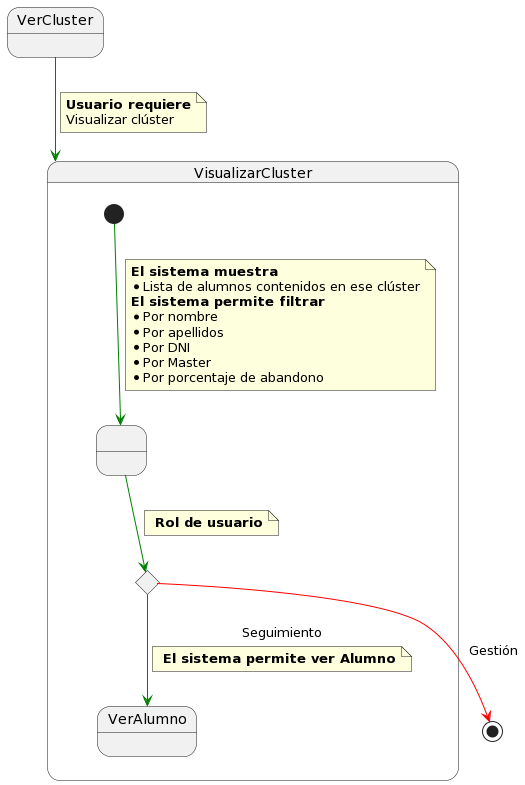
This is 000-entregas/Grupo1/DetalleCasosDeUso/images/VerCluster.png from mmasias/IdSw1-22-23, a PlantUML export, as it was before one commit.
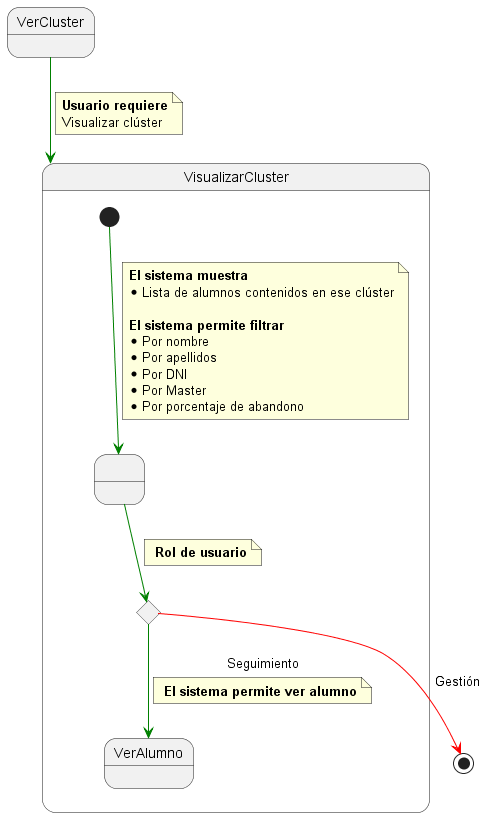
The same diagram one commit later.

What changed in the source:
```diff
@@ -1,4 +1,5 @@
-@startuml
+@startuml VerCluster
+
 State VerCluster
 
 State VisualizarCluster{
@@ -12,6 +13,7 @@
   note on link
     <b>El sistema muestra
     * Lista de alumnos contenidos en ese clúster
+
     <b>El sistema permite filtrar
     * Por nombre
     * Por apellidos
@@ -29,7 +31,7 @@
   c -[#green]-> VerAlumno : Seguimiento
 
   note on link
-    <b> El sistema permite ver Alumno
+    <b> El sistema permite ver alumno
   end note
 }
 
@@ -41,4 +43,6 @@
 end note
 
 c -[#red]-> [*] : Gestión
+
+
 @enduml
```
